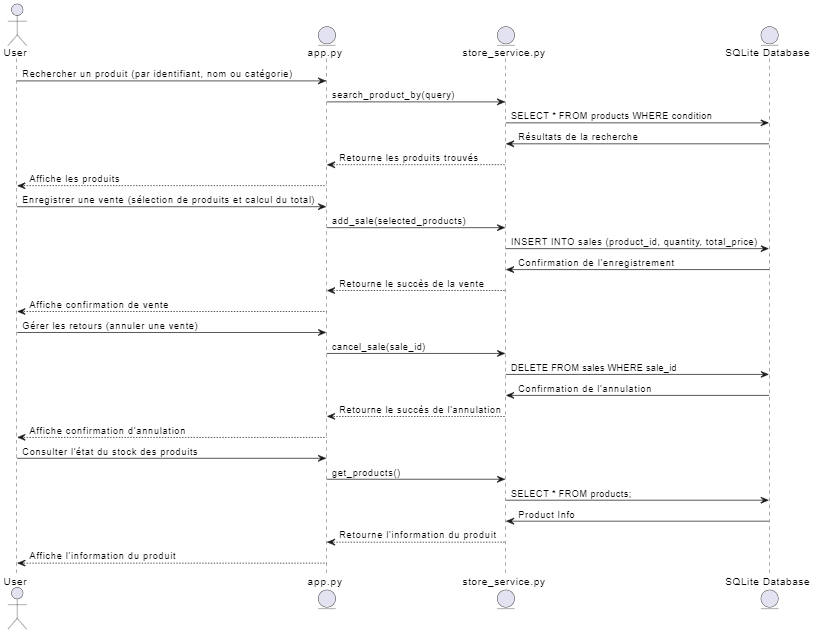
LawrenceLiang02/LOG430_ETAPE1 keeps this PlantUML diagram as docs/UML/lab1/sequence.png. Above is the earlier version. Its source is kept beside it as docs/UML/lab1/sequence.puml. Its diagram source:
```plantuml
@startuml diag_seq
actor User
entity "app.py" as App
entity "store_service.py" as Service
entity "SQLite Database" as DB

User -> App: Rechercher un produit (par identifiant, nom ou catégorie)
App -> Service: search_product_by(query)
Service -> DB: SELECT * FROM products WHERE condition
DB -> Service: Résultats de la recherche
Service --> App: Retourne les produits trouvés
App --> User: Affiche les produits

User -> App: Enregistrer une vente (sélection de produits et calcul du total)
App -> Service: add_sale(selected_products)
Service -> DB: INSERT INTO sales (product_id, quantity, total_price)
DB -> Service: Confirmation de l'enregistrement
Service --> App: Retourne le succès de la vente
App --> User: Affiche confirmation de vente

User -> App: Gérer les retours (annuler une vente)
App -> Service: cancel_sale(sale_id)
Service -> DB: DELETE FROM sales WHERE sale_id
DB -> Service: Confirmation de l'annulation
Service --> App: Retourne le succès de l'annulation
App --> User: Affiche confirmation d'annulation

User -> App: Consulter l'état du stock des produits
App -> Service: get_products()
Service -> DB: SELECT * FROM products;
DB -> Service: Product Info
Service --> App: Retourne l'information du produit
App --> User: Affiche l'information du produit

@enduml
```
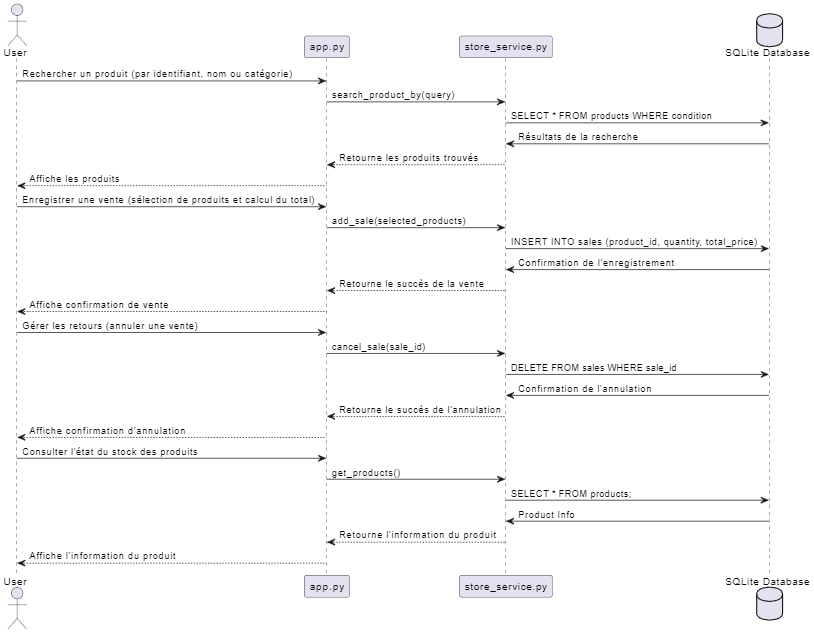
The same diagram one commit later.

Commit message:
fix participant and db in sequence diagram

What changed in the source:
```diff
@@ -1,8 +1,8 @@
 @startuml diag_seq
 actor User
-entity "app.py" as App
-entity "store_service.py" as Service
-entity "SQLite Database" as DB
+participant  "app.py" as App
+participant  "store_service.py" as Service
+database  "SQLite Database" as DB
 
 User -> App: Rechercher un produit (par identifiant, nom ou catégorie)
 App -> Service: search_product_by(query)
```
